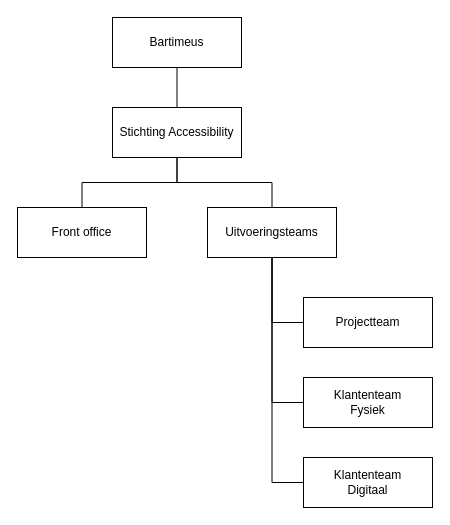
Before: docs/organogram.drawio in HU-ICT-LAB/VR-Cache, a draw.io diagram. Source tidied: cells renumbered, new cells numbered last; positions are measured from the earlier drawing's top-left corner, leaving out a move shared by most shapes. Both pictures are drawn from the tidied source at 100%, with x=0, y=0 at pixel (17, 17).
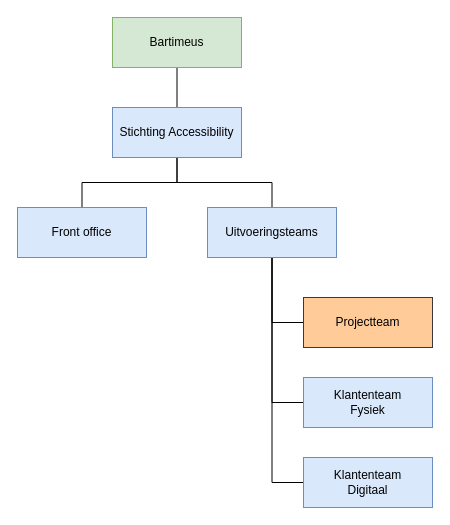
The same diagram, later.

Commit message (it also covers changes not shown here):
Organogram aangepast

Diff of the diagram source:
```diff
@@
 <mxGraphModel>
   <root>
     <mxCell id="0" />
     <mxCell id="1" parent="0" />
     <mxCell id="2" style="edgeStyle=orthogonalEdgeStyle;rounded=0;jettySize=auto;html=1;endArrow=none;endFill=0;" parent="1" edge="1" source="3" target="6">
       <mxGeometry relative="1" as="geometry" />
     </mxCell>
-    <mxCell id="3" value="Bartimeus" style="rounded=0;whiteSpace=wrap;html=1;" parent="1" vertex="1">
+    <mxCell id="3" value="Bartimeus" style="rounded=0;whiteSpace=wrap;html=1;fillColor=#d5e8d4;strokeColor=#82b366;" parent="1" vertex="1">
       <mxGeometry x="95" width="129" height="50" as="geometry" />
     </mxCell>
     <mxCell id="4" style="edgeStyle=orthogonalEdgeStyle;rounded=0;jettySize=auto;html=1;endArrow=none;endFill=0;" parent="1" edge="1" source="6" target="11">
       <mxGeometry relative="1" as="geometry" />
     </mxCell>
     <mxCell id="5" style="edgeStyle=orthogonalEdgeStyle;rounded=0;jettySize=auto;html=1;endArrow=none;endFill=0;" parent="1" edge="1" source="6" target="7">
       <mxGeometry relative="1" as="geometry" />
     </mxCell>
-    <mxCell id="6" value="Stichting Accessibility" style="rounded=0;whiteSpace=wrap;html=1;" parent="1" vertex="1">
+    <mxCell id="6" value="Stichting Accessibility" style="rounded=0;whiteSpace=wrap;html=1;fillColor=#dae8fc;strokeColor=#6c8ebf;" parent="1" vertex="1">
       <mxGeometry x="95" y="90" width="129" height="50" as="geometry" />
     </mxCell>
-    <mxCell id="7" value="Front office" style="rounded=0;whiteSpace=wrap;html=1;" parent="1" vertex="1">
+    <mxCell id="7" value="Front office" style="rounded=0;whiteSpace=wrap;html=1;fillColor=#dae8fc;strokeColor=#6c8ebf;" parent="1" vertex="1">
       <mxGeometry y="190" width="129" height="50" as="geometry" />
     </mxCell>
     <mxCell id="8" style="edgeStyle=orthogonalEdgeStyle;rounded=0;jettySize=auto;html=1;endArrow=none;endFill=0;" parent="1" edge="1" source="11" target="12">
       <mxGeometry relative="1" as="geometry">
         <Array as="points">
           <mxPoint x="255" y="305" />
         </Array>
       </mxGeometry>
     </mxCell>
     <mxCell id="9" style="edgeStyle=orthogonalEdgeStyle;rounded=0;jettySize=auto;html=1;endArrow=none;endFill=0;" parent="1" edge="1" source="11" target="13">
       <mxGeometry relative="1" as="geometry">
         <Array as="points">
           <mxPoint x="255" y="385" />
         </Array>
       </mxGeometry>
     </mxCell>
     <mxCell id="10" style="edgeStyle=orthogonalEdgeStyle;rounded=0;jettySize=auto;html=1;endArrow=none;endFill=0;" parent="1" edge="1" source="11" target="14">
       <mxGeometry relative="1" as="geometry">
         <Array as="points">
           <mxPoint x="255" y="465" />
         </Array>
       </mxGeometry>
     </mxCell>
-    <mxCell id="11" value="Uitvoeringsteams" style="rounded=0;whiteSpace=wrap;html=1;" parent="1" vertex="1">
+    <mxCell id="11" value="Uitvoeringsteams" style="rounded=0;whiteSpace=wrap;html=1;fillColor=#dae8fc;strokeColor=#6c8ebf;" parent="1" vertex="1">
       <mxGeometry x="190" y="190" width="129" height="50" as="geometry" />
     </mxCell>
-    <mxCell id="12" value="Projectteam" style="rounded=0;whiteSpace=wrap;html=1;" parent="1" vertex="1">
+    <mxCell id="12" value="Projectteam" style="rounded=0;whiteSpace=wrap;html=1;fillColor=#ffcc99;strokeColor=#36393d;" parent="1" vertex="1">
       <mxGeometry x="286" y="280" width="129" height="50" as="geometry" />
     </mxCell>
-    <mxCell id="13" value="Klantenteam&lt;br&gt;Fysiek" style="rounded=0;whiteSpace=wrap;html=1;" parent="1" vertex="1">
+    <mxCell id="13" value="Klantenteam&lt;br&gt;Fysiek" style="rounded=0;whiteSpace=wrap;html=1;fillColor=#dae8fc;strokeColor=#6c8ebf;" parent="1" vertex="1">
       <mxGeometry x="286" y="360" width="129" height="50" as="geometry" />
     </mxCell>
-    <mxCell id="14" value="&lt;div&gt;Klantenteam&lt;/div&gt;&lt;div&gt;Digitaal&lt;br&gt;&lt;/div&gt;" style="rounded=0;whiteSpace=wrap;html=1;" parent="1" vertex="1">
+    <mxCell id="14" value="&lt;div&gt;Klantenteam&lt;/div&gt;&lt;div&gt;Digitaal&lt;br&gt;&lt;/div&gt;" style="rounded=0;whiteSpace=wrap;html=1;fillColor=#dae8fc;strokeColor=#6c8ebf;" parent="1" vertex="1">
       <mxGeometry x="286" y="440" width="129" height="50" as="geometry" />
     </mxCell>
   </root>
 </mxGraphModel>
```
